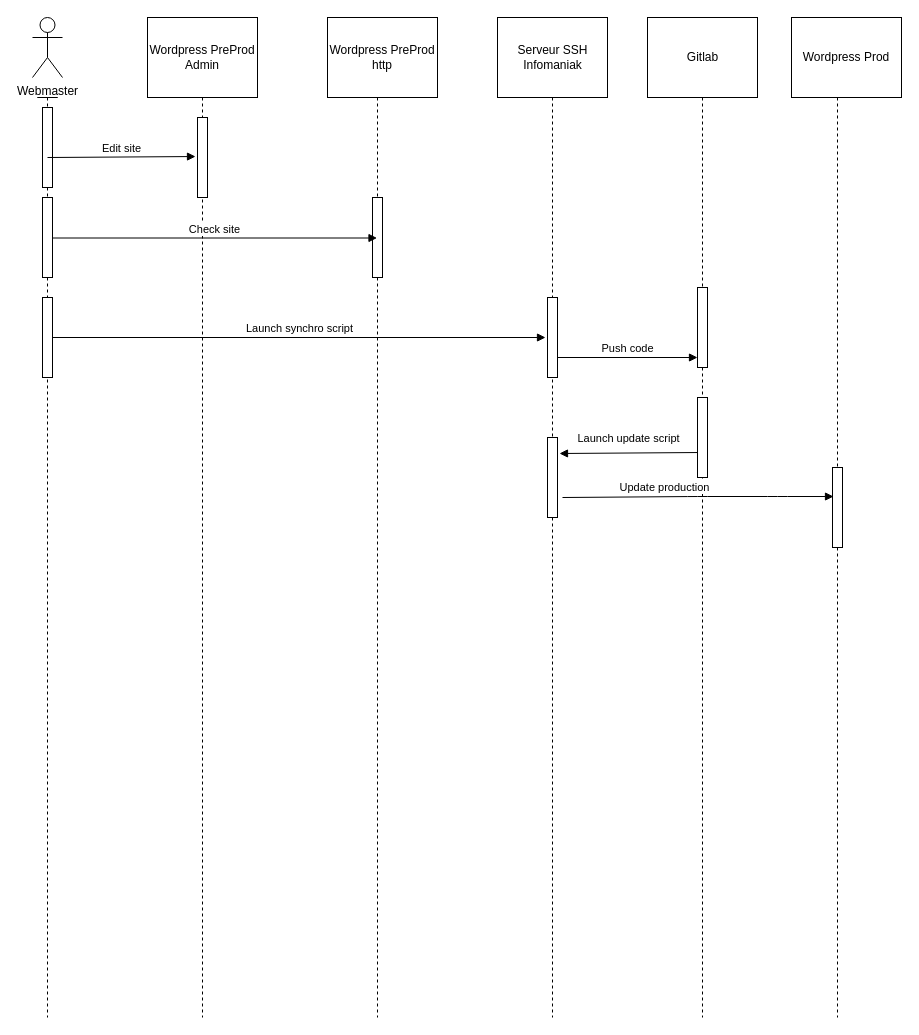
Xaviou1003/uml_diagram_draw keeps this draw.io diagram as gm_diagram/wordkflow-wordpress-preprod.drawio. Above is the earlier version. Source tidied: cells renumbered, new cells numbered last; positions are measured from the earlier drawing's top-left corner, leaving out a move shared by most shapes. Both pictures are drawn from the tidied source at 100%, with x=0, y=0 at pixel (32, 17).
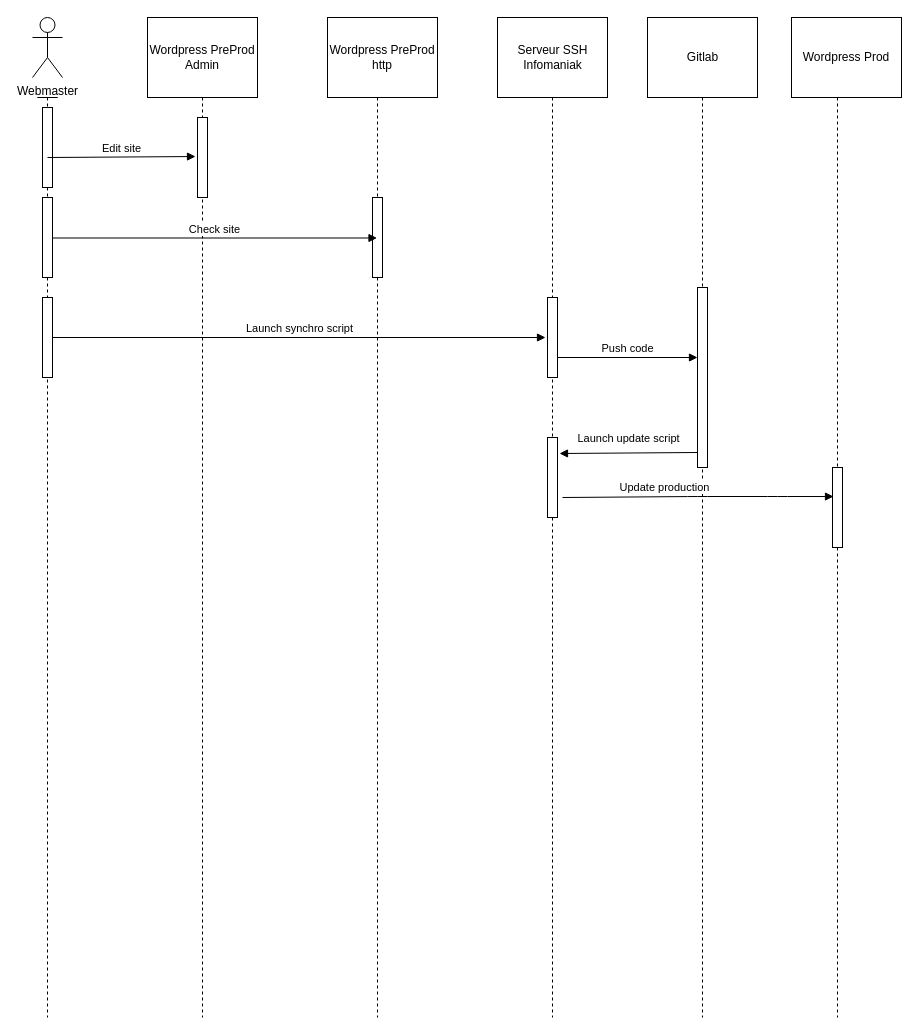
The same page after the edit.

Unchanged cells that the change refers to:
```xml
<mxCell id="13" style="html=1;points=[];perimeter=orthogonalPerimeter;" parent="11" vertex="1">
  <mxGeometry x="5" y="340" width="10" height="80" as="geometry" />
</mxCell>
<mxCell id="25" style="shape=umlLifeline;participant=umlActor;perimeter=lifelinePerimeter;whiteSpace=wrap;html=1;verticalAlign=top;spacingTop=36;size=0;" parent="1" vertex="1">
  <mxGeometry x="660" y="80" width="20" height="920" as="geometry" />
</mxCell>
```

Diff of the diagram source:
```diff
@@
     <mxCell id="26" style="html=1;perimeter=orthogonalPerimeter;" parent="25" vertex="1">
-      <mxGeometry x="5" y="190" width="10" height="80" as="geometry" />
+      <mxGeometry x="5" y="190" width="10" height="180" as="geometry" />
     </mxCell>
-    <mxCell id="27" style="html=1;points=[];perimeter=orthogonalPerimeter;" parent="1" vertex="1">
-      <mxGeometry x="665" y="380" width="10" height="80" as="geometry" />
-    </mxCell>
-    <mxCell id="28" style="html=1;verticalAlign=bottom;endArrow=block;entryX=1.2;entryY=0.2;entryDx=0;entryDy=0;entryPerimeter=0;exitX=0;exitY=0.688;exitDx=0;exitDy=0;exitPerimeter=0;" parent="1" edge="1" source="27" target="13">
-      <mxGeometry relative="1" as="geometry" />
+    <mxCell id="28" style="html=1;verticalAlign=bottom;endArrow=block;entryX=1.2;entryY=0.2;entryDx=0;entryDy=0;entryPerimeter=0;exitX=0;exitY=0.688;exitDx=0;exitDy=0;exitPerimeter=0;" parent="1" edge="1" target="13">
+      <mxGeometry relative="1" as="geometry">
+        <mxPoint x="665" y="435" as="sourcePoint" />
+      </mxGeometry>
     </mxCell>
```
